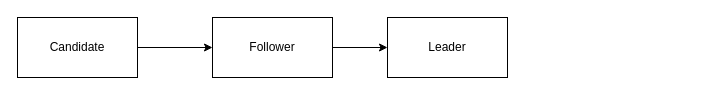
Earlier version of the draw.io diagram page "Time" (1 of 4) of docs/arch.drawio (sarin1991/asgard). Source tidied: cells renumbered, new cells numbered last; positions are measured from the earlier drawing's top-left corner, leaving out a move shared by most shapes. Both pictures are drawn from the tidied source at 100%, with x=0, y=0 at pixel (17, 17).
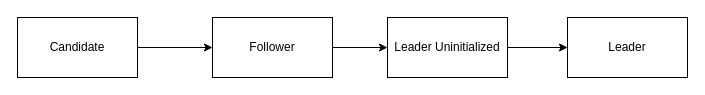
The same diagram, later.

Commit message (it also covers changes not shown here):
Adding unitialized leader to role state in arch diagram

Diff of the diagram source:
```diff
@@
 <mxGraphModel>
   <root>
     <mxCell id="0" />
     <mxCell id="1" parent="0" />
     <mxCell id="2" style="edgeStyle=orthogonalEdgeStyle;rounded=0;jettySize=auto;html=1;exitX=1;exitY=0.5;exitDx=0;exitDy=0;entryX=0;entryY=0.5;entryDx=0;entryDy=0;" parent="1" edge="1" source="3" target="5">
       <mxGeometry relative="1" as="geometry" />
     </mxCell>
     <mxCell id="3" value="Candidate" style="rounded=0;whiteSpace=wrap;html=1;" parent="1" vertex="1">
       <mxGeometry width="120" height="60" as="geometry" />
     </mxCell>
     <mxCell id="4" style="edgeStyle=orthogonalEdgeStyle;rounded=0;jettySize=auto;html=1;exitX=1;exitY=0.5;exitDx=0;exitDy=0;entryX=0;entryY=0.5;entryDx=0;entryDy=0;" parent="1" edge="1" source="5" target="6">
       <mxGeometry relative="1" as="geometry" />
     </mxCell>
     <mxCell id="5" value="Follower" style="rounded=0;whiteSpace=wrap;html=1;" parent="1" vertex="1">
       <mxGeometry x="195" width="120" height="60" as="geometry" />
     </mxCell>
+    <mxCell id="7" style="edgeStyle=orthogonalEdgeStyle;rounded=0;jettySize=auto;html=1;exitX=1;exitY=0.5;exitDx=0;exitDy=0;entryX=0;entryY=0.5;entryDx=0;entryDy=0;" parent="1" edge="1" source="6" target="8">
+      <mxGeometry relative="1" as="geometry" />
+    </mxCell>
-    <mxCell id="6" value="Leader" style="rounded=0;whiteSpace=wrap;html=1;" parent="1" vertex="1">
+    <mxCell id="6" value="Leader Uninitialized" style="rounded=0;whiteSpace=wrap;html=1;" parent="1" vertex="1">
       <mxGeometry x="370" width="120" height="60" as="geometry" />
     </mxCell>
+    <mxCell id="8" value="Leader" style="rounded=0;whiteSpace=wrap;html=1;" parent="1" vertex="1">
+      <mxGeometry x="550" width="120" height="60" as="geometry" />
+    </mxCell>
   </root>
 </mxGraphModel>
```
